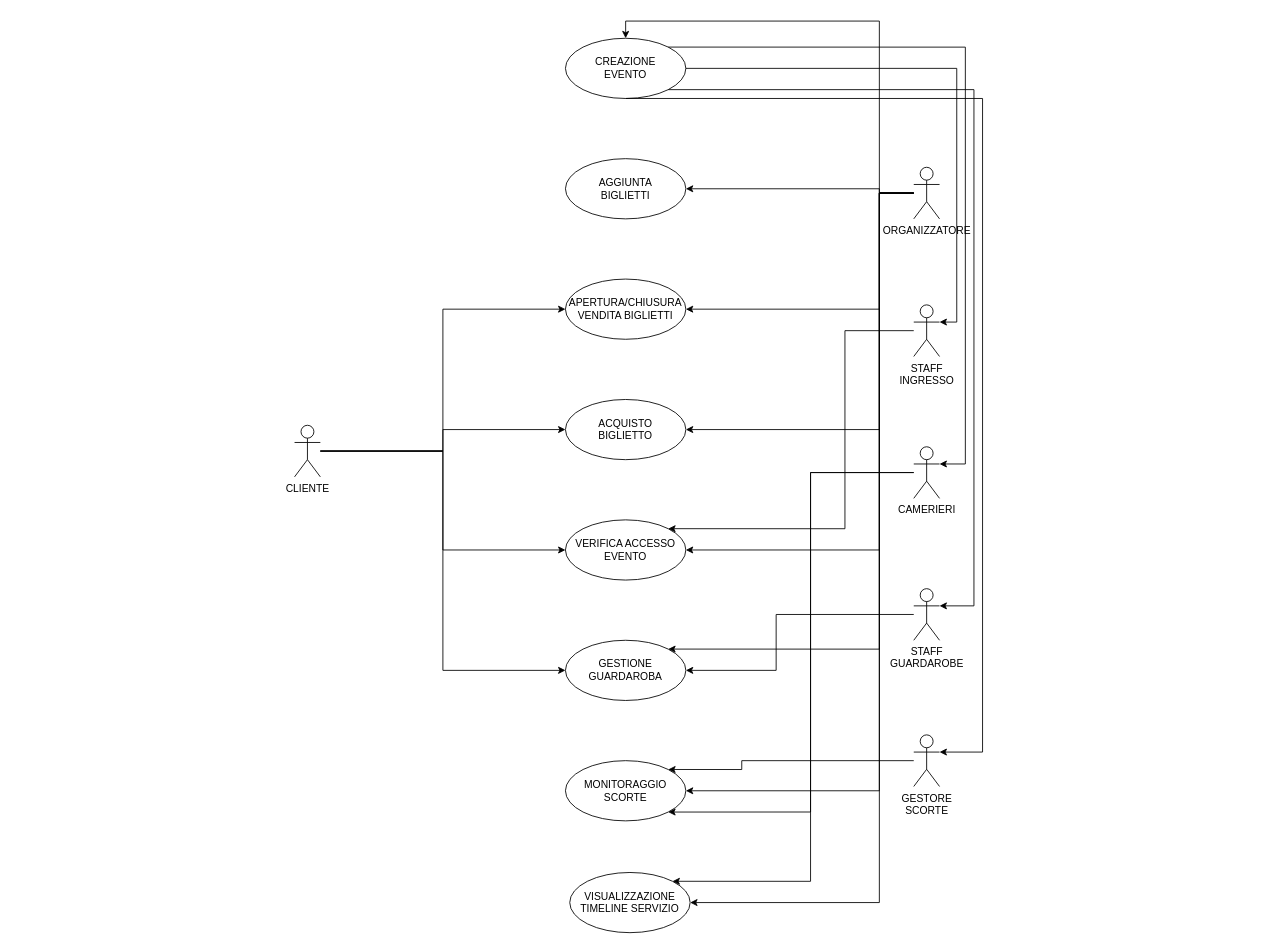
Before: Documentazione/UML - Diagramma UseCase.drawio in IngSW-unipv/Progetto-H25, a draw.io diagram. Source tidied: cells renumbered, new cells numbered last; positions are measured from the earlier drawing's top-left corner, leaving out a move shared by most shapes. Both pictures are drawn from the tidied source at 86%, with x=0, y=0 at pixel (294, 21).
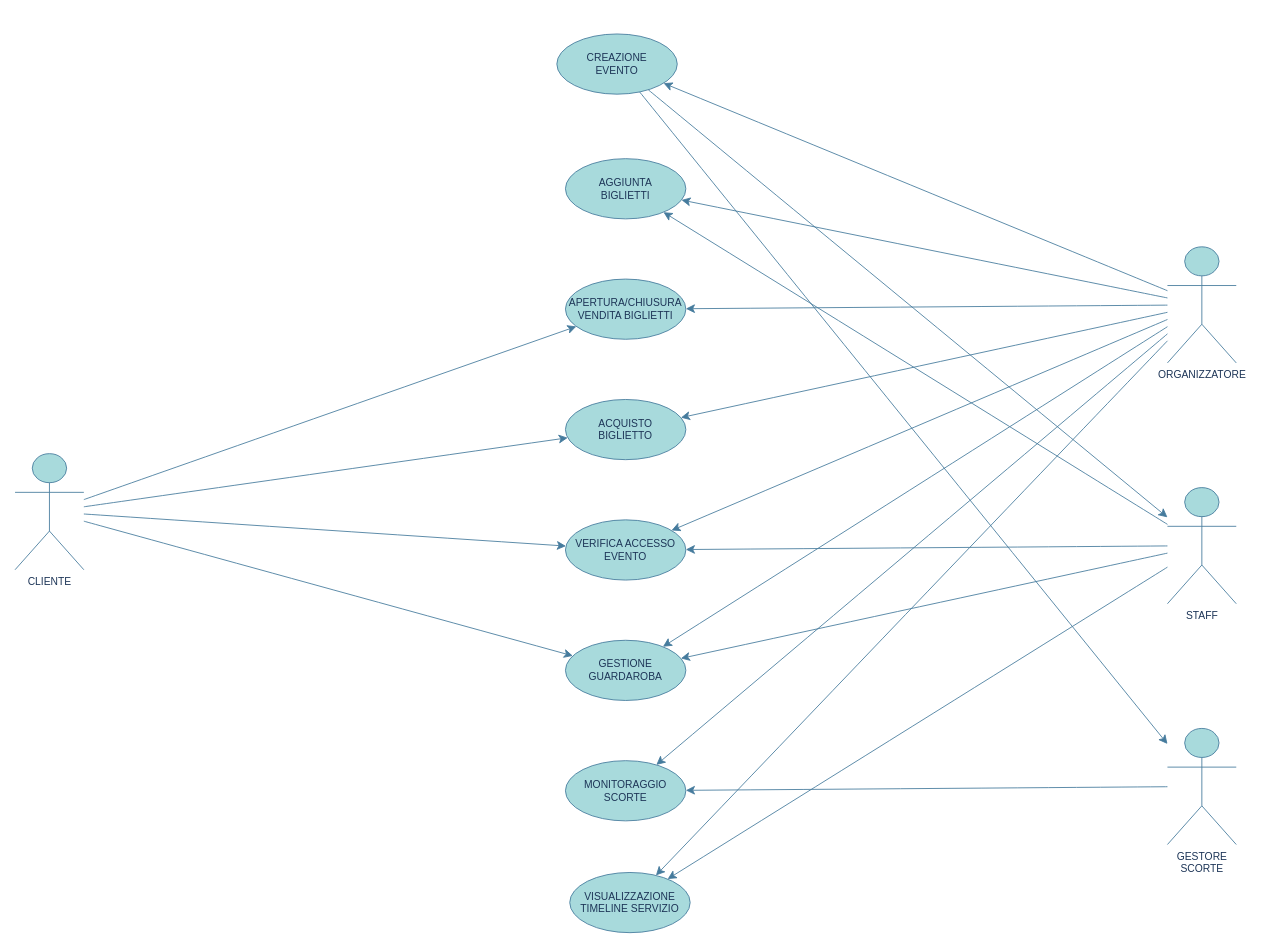
The same page after the edit.

Commit message:
Update Diagramma casi d'uso

The edit, as a diff of the source:
```diff
@@
-    <mxCell id="0" />
-    <mxCell id="1" parent="0" />
+    <mxCell id="37" />
+    <mxCell id="38" parent="37" />
-    <mxCell id="2" value="CREAZIONE&lt;div&gt;EVENTO&lt;/div&gt;" style="ellipse;whiteSpace=wrap;html=1;" parent="1" vertex="1">
-      <mxGeometry x="315" y="20" width="140" height="70" as="geometry" />
+    <mxCell id="2" value="CREAZIONE&lt;div&gt;EVENTO&lt;/div&gt;" style="ellipse;whiteSpace=wrap;html=1;labelBackgroundColor=none;fillColor=#A8DADC;strokeColor=#457B9D;fontColor=#1D3557;" parent="38" vertex="1">
+      <mxGeometry x="305" y="15" width="140" height="70" as="geometry" />
     </mxCell>
-    <mxCell id="3" value="AGGIUNTA&lt;div&gt;BIGLIETTI&lt;/div&gt;" style="ellipse;whiteSpace=wrap;html=1;" parent="1" vertex="1">
+    <mxCell id="3" value="AGGIUNTA&lt;div&gt;BIGLIETTI&lt;/div&gt;" style="ellipse;whiteSpace=wrap;html=1;labelBackgroundColor=none;fillColor=#A8DADC;strokeColor=#457B9D;fontColor=#1D3557;" parent="38" vertex="1">
       <mxGeometry x="315" y="160" width="140" height="70" as="geometry" />
     </mxCell>
-    <mxCell id="4" value="APERTURA/CHIUSURA&lt;div&gt;VENDITA BIGLIETTI&lt;/div&gt;" style="ellipse;whiteSpace=wrap;html=1;" parent="1" vertex="1">
+    <mxCell id="4" value="APERTURA/CHIUSURA&lt;div&gt;VENDITA BIGLIETTI&lt;/div&gt;" style="ellipse;whiteSpace=wrap;html=1;labelBackgroundColor=none;fillColor=#A8DADC;strokeColor=#457B9D;fontColor=#1D3557;" parent="38" vertex="1">
       <mxGeometry x="315" y="300" width="140" height="70" as="geometry" />
     </mxCell>
-    <mxCell id="5" value="ACQUISTO&lt;div&gt;BIGLIETTO&lt;/div&gt;" style="ellipse;whiteSpace=wrap;html=1;" parent="1" vertex="1">
+    <mxCell id="5" value="ACQUISTO&lt;div&gt;BIGLIETTO&lt;/div&gt;" style="ellipse;whiteSpace=wrap;html=1;labelBackgroundColor=none;fillColor=#A8DADC;strokeColor=#457B9D;fontColor=#1D3557;" parent="38" vertex="1">
       <mxGeometry x="315" y="440" width="140" height="70" as="geometry" />
     </mxCell>
-    <mxCell id="6" value="VERIFICA ACCESSO&lt;div&gt;EVENTO&lt;/div&gt;" style="ellipse;whiteSpace=wrap;html=1;" parent="1" vertex="1">
+    <mxCell id="6" value="VERIFICA ACCESSO&lt;div&gt;EVENTO&lt;/div&gt;" style="ellipse;whiteSpace=wrap;html=1;labelBackgroundColor=none;fillColor=#A8DADC;strokeColor=#457B9D;fontColor=#1D3557;" parent="38" vertex="1">
       <mxGeometry x="315" y="580" width="140" height="70" as="geometry" />
     </mxCell>
-    <mxCell id="7" value="GESTIONE&lt;div&gt;GUARDAROBA&lt;/div&gt;" style="ellipse;whiteSpace=wrap;html=1;" parent="1" vertex="1">
+    <mxCell id="7" value="GESTIONE&lt;div&gt;GUARDAROBA&lt;/div&gt;" style="ellipse;whiteSpace=wrap;html=1;labelBackgroundColor=none;fillColor=#A8DADC;strokeColor=#457B9D;fontColor=#1D3557;" parent="38" vertex="1">
       <mxGeometry x="315" y="720" width="140" height="70" as="geometry" />
     </mxCell>
-    <mxCell id="8" value="MONITORAGGIO&lt;div&gt;SCORTE&lt;/div&gt;" style="ellipse;whiteSpace=wrap;html=1;" parent="1" vertex="1">
+    <mxCell id="8" value="MONITORAGGIO&lt;div&gt;SCORTE&lt;/div&gt;" style="ellipse;whiteSpace=wrap;html=1;labelBackgroundColor=none;fillColor=#A8DADC;strokeColor=#457B9D;fontColor=#1D3557;" parent="38" vertex="1">
       <mxGeometry x="315" y="860" width="140" height="70" as="geometry" />
     </mxCell>
-    <mxCell id="9" value="VISUALIZZAZIONE&lt;div&gt;TIMELINE SERVIZIO&lt;/div&gt;" style="ellipse;whiteSpace=wrap;html=1;" parent="1" vertex="1">
+    <mxCell id="9" value="VISUALIZZAZIONE&lt;div&gt;TIMELINE SERVIZIO&lt;/div&gt;" style="ellipse;whiteSpace=wrap;html=1;labelBackgroundColor=none;fillColor=#A8DADC;strokeColor=#457B9D;fontColor=#1D3557;" parent="38" vertex="1">
       <mxGeometry x="320" y="990" width="140" height="70" as="geometry" />
     </mxCell>
+    <mxCell id="12" style="edgeStyle=none;curved=1;rounded=0;jettySize=auto;html=1;fontSize=12;startSize=8;endSize=8;labelBackgroundColor=none;strokeColor=#457B9D;fontColor=default;" parent="38" edge="1" source="14" target="6">
+      <mxGeometry relative="1" as="geometry" />
+    </mxCell>
+    <mxCell id="14" value="CLIENTE" style="shape=umlActor;verticalLabelPosition=bottom;verticalAlign=top;html=1;labelBackgroundColor=none;fillColor=#A8DADC;strokeColor=#457B9D;fontColor=#1D3557;" parent="38" vertex="1">
+      <mxGeometry x="-325" y="503" width="80" height="135" as="geometry" />
+    </mxCell>
+    <mxCell id="16" value="GESTORE&lt;div&gt;&lt;span style=&quot;background-color: initial;&quot;&gt;SCORTE&lt;/span&gt;&lt;/div&gt;" style="shape=umlActor;verticalLabelPosition=bottom;verticalAlign=top;html=1;labelBackgroundColor=none;fillColor=#A8DADC;strokeColor=#457B9D;fontColor=#1D3557;" parent="38" vertex="1">
+      <mxGeometry x="1015" y="822.5" width="80" height="135" as="geometry" />
+    </mxCell>
+    <mxCell id="39" value="&lt;div&gt;STAFF&lt;/div&gt;&lt;div&gt;&lt;br&gt;&lt;/div&gt;" style="shape=umlActor;verticalLabelPosition=bottom;verticalAlign=top;html=1;labelBackgroundColor=none;fillColor=#A8DADC;strokeColor=#457B9D;fontColor=#1D3557;" parent="38" vertex="1">
+      <mxGeometry x="1015" y="542.5" width="80" height="135" as="geometry" />
+    </mxCell>
+    <mxCell id="30" value="ORGANIZZATORE" style="shape=umlActor;verticalLabelPosition=bottom;verticalAlign=top;html=1;labelBackgroundColor=none;fillColor=#A8DADC;strokeColor=#457B9D;fontColor=#1D3557;" parent="38" vertex="1">
+      <mxGeometry x="1015" y="262.5" width="80" height="135" as="geometry" />
+    </mxCell>
+    <mxCell id="13" style="edgeStyle=none;curved=1;rounded=0;jettySize=auto;html=1;fontSize=12;startSize=8;endSize=8;labelBackgroundColor=none;strokeColor=#457B9D;fontColor=default;" parent="38" edge="1" source="14" target="7">
+      <mxGeometry relative="1" as="geometry" />
+    </mxCell>
+    <mxCell id="11" style="edgeStyle=none;curved=1;rounded=0;jettySize=auto;html=1;fontSize=12;startSize=8;endSize=8;labelBackgroundColor=none;strokeColor=#457B9D;fontColor=default;" parent="38" edge="1" source="14" target="5">
+      <mxGeometry relative="1" as="geometry" />
+    </mxCell>
-    <mxCell id="10" style="edgeStyle=orthogonalEdgeStyle;rounded=0;jettySize=auto;html=1;entryX=0;entryY=0.5;entryDx=0;entryDy=0;" parent="1" edge="1" source="14" target="4">
+    <mxCell id="10" style="edgeStyle=none;curved=1;rounded=0;jettySize=auto;html=1;fontSize=12;startSize=8;endSize=8;labelBackgroundColor=none;strokeColor=#457B9D;fontColor=default;" parent="38" edge="1" source="14" target="4">
       <mxGeometry relative="1" as="geometry" />
     </mxCell>
-    <mxCell id="11" style="edgeStyle=orthogonalEdgeStyle;rounded=0;jettySize=auto;html=1;" parent="1" edge="1" source="14" target="5">
-      <mxGeometry relative="1" as="geometry" />
-    </mxCell>
-    <mxCell id="12" style="edgeStyle=orthogonalEdgeStyle;rounded=0;jettySize=auto;html=1;entryX=0;entryY=0.5;entryDx=0;entryDy=0;" parent="1" edge="1" source="14" target="6">
-      <mxGeometry relative="1" as="geometry" />
-    </mxCell>
-    <mxCell id="13" style="edgeStyle=orthogonalEdgeStyle;rounded=0;jettySize=auto;html=1;entryX=0;entryY=0.5;entryDx=0;entryDy=0;" parent="1" edge="1" source="14" target="7">
-      <mxGeometry relative="1" as="geometry" />
-    </mxCell>
-    <mxCell id="14" value="CLIENTE" style="shape=umlActor;verticalLabelPosition=bottom;verticalAlign=top;html=1;" parent="1" vertex="1">
-      <mxGeometry y="470" width="30" height="60" as="geometry" />
-    </mxCell>
-    <mxCell id="15" style="edgeStyle=orthogonalEdgeStyle;rounded=0;jettySize=auto;html=1;entryX=1;entryY=0;entryDx=0;entryDy=0;" parent="1" edge="1" source="16" target="8">
-      <mxGeometry relative="1" as="geometry">
-        <Array as="points">
-          <mxPoint x="520" y="860" />
-          <mxPoint x="520" y="870" />
-        </Array>
-      </mxGeometry>
-    </mxCell>
-    <mxCell id="16" value="GESTORE&lt;div&gt;&lt;span style=&quot;background-color: initial;&quot;&gt;SCORTE&lt;/span&gt;&lt;/div&gt;" style="shape=umlActor;verticalLabelPosition=bottom;verticalAlign=top;html=1;" parent="1" vertex="1">
-      <mxGeometry x="720" y="830" width="30" height="60" as="geometry" />
-    </mxCell>
-    <mxCell id="17" style="edgeStyle=orthogonalEdgeStyle;rounded=0;jettySize=auto;html=1;entryX=1;entryY=1;entryDx=0;entryDy=0;" parent="1" edge="1" source="19" target="8">
-      <mxGeometry relative="1" as="geometry">
-        <Array as="points">
-          <mxPoint x="600" y="525" />
-          <mxPoint x="600" y="920" />
-        </Array>
-      </mxGeometry>
-    </mxCell>
-    <mxCell id="18" style="edgeStyle=orthogonalEdgeStyle;rounded=0;jettySize=auto;html=1;entryX=1;entryY=0;entryDx=0;entryDy=0;" parent="1" edge="1" source="19" target="9">
-      <mxGeometry relative="1" as="geometry">
-        <Array as="points">
-          <mxPoint x="600" y="525" />
-          <mxPoint x="600" y="1000" />
-        </Array>
-      </mxGeometry>
-    </mxCell>
-    <mxCell id="19" value="&lt;div&gt;CAMERIERI&lt;/div&gt;&lt;div&gt;&lt;br&gt;&lt;/div&gt;" style="shape=umlActor;verticalLabelPosition=bottom;verticalAlign=top;html=1;" parent="1" vertex="1">
-      <mxGeometry x="720" y="495" width="30" height="60" as="geometry" />
-    </mxCell>
-    <mxCell id="20" style="edgeStyle=orthogonalEdgeStyle;rounded=0;jettySize=auto;html=1;entryX=1;entryY=0;entryDx=0;entryDy=0;" parent="1" edge="1" source="21" target="6">
-      <mxGeometry relative="1" as="geometry">
-        <Array as="points">
-          <mxPoint x="640" y="360" />
-          <mxPoint x="640" y="590" />
-        </Array>
-      </mxGeometry>
-    </mxCell>
-    <mxCell id="21" value="STAFF&lt;div&gt;INGRESSO&lt;/div&gt;" style="shape=umlActor;verticalLabelPosition=bottom;verticalAlign=top;html=1;" parent="1" vertex="1">
-      <mxGeometry x="720" y="330" width="30" height="60" as="geometry" />
-    </mxCell>
-    <mxCell id="22" style="edgeStyle=orthogonalEdgeStyle;rounded=0;jettySize=auto;html=1;entryX=0.5;entryY=0;entryDx=0;entryDy=0;" parent="1" edge="1" source="30" target="2">
-      <mxGeometry relative="1" as="geometry">
-        <Array as="points">
-          <mxPoint x="680" y="200" />
-          <mxPoint x="680" />
-          <mxPoint x="385" />
-        </Array>
-      </mxGeometry>
+    <mxCell id="22" style="edgeStyle=none;curved=1;rounded=0;jettySize=auto;html=1;fontSize=12;startSize=8;endSize=8;labelBackgroundColor=none;strokeColor=#457B9D;fontColor=default;" parent="38" edge="1" source="30" target="2">
+      <mxGeometry relative="1" as="geometry" />
     </mxCell>
-    <mxCell id="23" style="edgeStyle=orthogonalEdgeStyle;rounded=0;jettySize=auto;html=1;" parent="1" edge="1" source="30" target="3">
-      <mxGeometry relative="1" as="geometry">
-        <Array as="points">
-          <mxPoint x="680" y="200" />
-          <mxPoint x="680" y="195" />
-        </Array>
-      </mxGeometry>
+    <mxCell id="23" style="edgeStyle=none;curved=1;rounded=0;jettySize=auto;html=1;fontSize=12;startSize=8;endSize=8;labelBackgroundColor=none;strokeColor=#457B9D;fontColor=default;" parent="38" edge="1" source="30" target="3">
+      <mxGeometry relative="1" as="geometry" />
     </mxCell>
-    <mxCell id="24" style="edgeStyle=orthogonalEdgeStyle;rounded=0;jettySize=auto;html=1;entryX=1;entryY=0.5;entryDx=0;entryDy=0;" parent="1" edge="1" source="30" target="4">
-      <mxGeometry relative="1" as="geometry">
-        <Array as="points">
-          <mxPoint x="680" y="200" />
-          <mxPoint x="680" y="335" />
-        </Array>
-      </mxGeometry>
+    <mxCell id="24" style="edgeStyle=none;curved=1;rounded=0;jettySize=auto;html=1;fontSize=12;startSize=8;endSize=8;labelBackgroundColor=none;strokeColor=#457B9D;fontColor=default;" parent="38" edge="1" source="30" target="4">
+      <mxGeometry relative="1" as="geometry" />
     </mxCell>
-    <mxCell id="25" style="edgeStyle=orthogonalEdgeStyle;rounded=0;jettySize=auto;html=1;entryX=1;entryY=0.5;entryDx=0;entryDy=0;" parent="1" edge="1" source="30" target="5">
-      <mxGeometry relative="1" as="geometry">
-        <Array as="points">
-          <mxPoint x="680" y="200" />
-          <mxPoint x="680" y="475" />
-        </Array>
-      </mxGeometry>
+    <mxCell id="25" style="edgeStyle=none;curved=1;rounded=0;jettySize=auto;html=1;fontSize=12;startSize=8;endSize=8;labelBackgroundColor=none;strokeColor=#457B9D;fontColor=default;" parent="38" edge="1" source="30" target="5">
+      <mxGeometry relative="1" as="geometry" />
     </mxCell>
-    <mxCell id="26" style="edgeStyle=orthogonalEdgeStyle;rounded=0;jettySize=auto;html=1;entryX=1;entryY=0.5;entryDx=0;entryDy=0;" parent="1" edge="1" source="30" target="6">
-      <mxGeometry relative="1" as="geometry">
-        <Array as="points">
-          <mxPoint x="680" y="200" />
-          <mxPoint x="680" y="615" />
-        </Array>
-      </mxGeometry>
+    <mxCell id="26" style="edgeStyle=none;curved=1;rounded=0;jettySize=auto;html=1;fontSize=12;startSize=8;endSize=8;labelBackgroundColor=none;strokeColor=#457B9D;fontColor=default;" parent="38" edge="1" source="30" target="6">
+      <mxGeometry relative="1" as="geometry" />
     </mxCell>
-    <mxCell id="27" style="edgeStyle=orthogonalEdgeStyle;rounded=0;jettySize=auto;html=1;entryX=1;entryY=0;entryDx=0;entryDy=0;" parent="1" edge="1" source="30" target="7">
-      <mxGeometry relative="1" as="geometry">
-        <Array as="points">
-          <mxPoint x="680" y="200" />
-          <mxPoint x="680" y="730" />
-        </Array>
-      </mxGeometry>
+    <mxCell id="27" style="edgeStyle=none;curved=1;rounded=0;jettySize=auto;html=1;fontSize=12;startSize=8;endSize=8;labelBackgroundColor=none;strokeColor=#457B9D;fontColor=default;" parent="38" edge="1" source="30" target="7">
+      <mxGeometry relative="1" as="geometry" />
     </mxCell>
-    <mxCell id="28" style="edgeStyle=orthogonalEdgeStyle;rounded=0;jettySize=auto;html=1;entryX=1;entryY=0.5;entryDx=0;entryDy=0;" parent="1" edge="1" source="30" target="8">
-      <mxGeometry relative="1" as="geometry">
-        <Array as="points">
-          <mxPoint x="680" y="200" />
-          <mxPoint x="680" y="895" />
-        </Array>
-      </mxGeometry>
+    <mxCell id="28" style="edgeStyle=none;curved=1;rounded=0;jettySize=auto;html=1;fontSize=12;startSize=8;endSize=8;labelBackgroundColor=none;strokeColor=#457B9D;fontColor=default;" parent="38" edge="1" source="30" target="8">
+      <mxGeometry relative="1" as="geometry" />
     </mxCell>
-    <mxCell id="29" style="edgeStyle=orthogonalEdgeStyle;rounded=0;jettySize=auto;html=1;entryX=1;entryY=0.5;entryDx=0;entryDy=0;" parent="1" edge="1" source="30" target="9">
-      <mxGeometry relative="1" as="geometry">
-        <Array as="points">
-          <mxPoint x="680" y="200" />
-          <mxPoint x="680" y="1025" />
-        </Array>
-      </mxGeometry>
+    <mxCell id="29" style="edgeStyle=none;curved=1;rounded=0;jettySize=auto;html=1;fontSize=12;startSize=8;endSize=8;labelBackgroundColor=none;strokeColor=#457B9D;fontColor=default;" parent="38" edge="1" source="30" target="9">
+      <mxGeometry relative="1" as="geometry" />
     </mxCell>
-    <mxCell id="30" value="ORGANIZZATORE" style="shape=umlActor;verticalLabelPosition=bottom;verticalAlign=top;html=1;" parent="1" vertex="1">
-      <mxGeometry x="720" y="170" width="30" height="60" as="geometry" />
-    </mxCell>
-    <mxCell id="31" style="edgeStyle=orthogonalEdgeStyle;rounded=0;jettySize=auto;html=1;entryX=1;entryY=0.5;entryDx=0;entryDy=0;" parent="1" edge="1" source="32" target="7">
-      <mxGeometry relative="1" as="geometry">
-        <Array as="points">
-          <mxPoint x="560" y="690" />
-          <mxPoint x="560" y="755" />
-        </Array>
-      </mxGeometry>
-    </mxCell>
-    <mxCell id="32" value="STAFF&lt;div&gt;GUARDAROBE&lt;/div&gt;&lt;div&gt;&lt;br&gt;&lt;/div&gt;" style="shape=umlActor;verticalLabelPosition=bottom;verticalAlign=top;html=1;" parent="1" vertex="1">
-      <mxGeometry x="720" y="660" width="30" height="60" as="geometry" />
-    </mxCell>
-    <mxCell id="33" style="edgeStyle=orthogonalEdgeStyle;rounded=0;jettySize=auto;html=1;entryX=1;entryY=0.3333333333333333;entryDx=0;entryDy=0;entryPerimeter=0;" parent="1" edge="1" source="2" target="21">
-      <mxGeometry relative="1" as="geometry">
-        <Array as="points">
-          <mxPoint x="770" y="55" />
-          <mxPoint x="770" y="350" />
-        </Array>
-      </mxGeometry>
-    </mxCell>
-    <mxCell id="34" style="edgeStyle=orthogonalEdgeStyle;rounded=0;jettySize=auto;html=1;exitX=1;exitY=0;exitDx=0;exitDy=0;entryX=1;entryY=0.3333333333333333;entryDx=0;entryDy=0;entryPerimeter=0;" parent="1" edge="1" source="2" target="19">
-      <mxGeometry relative="1" as="geometry">
-        <Array as="points">
-          <mxPoint x="780" y="30" />
-          <mxPoint x="780" y="515" />
-        </Array>
-      </mxGeometry>
-    </mxCell>
-    <mxCell id="35" style="edgeStyle=orthogonalEdgeStyle;rounded=0;jettySize=auto;html=1;exitX=1;exitY=1;exitDx=0;exitDy=0;entryX=1;entryY=0.3333333333333333;entryDx=0;entryDy=0;entryPerimeter=0;" parent="1" edge="1" source="2" target="32">
-      <mxGeometry relative="1" as="geometry">
-        <Array as="points">
-          <mxPoint x="790" y="80" />
-          <mxPoint x="790" y="680" />
-        </Array>
-      </mxGeometry>
-    </mxCell>
+    <mxCell id="40" style="edgeStyle=none;curved=1;rounded=0;jettySize=auto;html=1;fontSize=12;startSize=8;endSize=8;labelBackgroundColor=none;strokeColor=#457B9D;fontColor=default;" parent="38" edge="1" source="39" target="6">
+      <mxGeometry relative="1" as="geometry" />
+    </mxCell>
+    <mxCell id="41" style="edgeStyle=none;curved=1;rounded=0;jettySize=auto;html=1;fontSize=12;startSize=8;endSize=8;labelBackgroundColor=none;strokeColor=#457B9D;fontColor=default;" parent="38" edge="1" source="39" target="7">
+      <mxGeometry relative="1" as="geometry" />
+    </mxCell>
+    <mxCell id="15" style="edgeStyle=none;curved=1;rounded=0;jettySize=auto;html=1;fontSize=12;startSize=8;endSize=8;labelBackgroundColor=none;strokeColor=#457B9D;fontColor=default;" parent="38" edge="1" source="16" target="8">
+      <mxGeometry relative="1" as="geometry" />
+    </mxCell>
+    <mxCell id="42" style="edgeStyle=none;curved=1;rounded=0;jettySize=auto;html=1;fontSize=12;startSize=8;endSize=8;labelBackgroundColor=none;strokeColor=#457B9D;fontColor=default;" parent="38" edge="1" source="39" target="9">
+      <mxGeometry relative="1" as="geometry" />
+    </mxCell>
+    <mxCell id="43" style="edgeStyle=none;curved=1;rounded=0;jettySize=auto;html=1;fontSize=12;startSize=8;endSize=8;labelBackgroundColor=none;strokeColor=#457B9D;fontColor=default;" parent="38" edge="1" source="2" target="39">
+      <mxGeometry relative="1" as="geometry" />
+    </mxCell>
-    <mxCell id="36" style="edgeStyle=orthogonalEdgeStyle;rounded=0;jettySize=auto;html=1;entryX=1;entryY=0.3333333333333333;entryDx=0;entryDy=0;entryPerimeter=0;exitX=0.5;exitY=1;exitDx=0;exitDy=0;" parent="1" edge="1" source="2" target="16">
-      <mxGeometry relative="1" as="geometry">
-        <Array as="points">
-          <mxPoint x="800" y="90" />
-          <mxPoint x="800" y="850" />
-        </Array>
-      </mxGeometry>
+    <mxCell id="36" style="edgeStyle=none;curved=1;rounded=0;jettySize=auto;html=1;fontSize=12;startSize=8;endSize=8;labelBackgroundColor=none;strokeColor=#457B9D;fontColor=default;" parent="38" edge="1" source="2" target="16">
+      <mxGeometry relative="1" as="geometry" />
     </mxCell>
+    <mxCell id="44" style="edgeStyle=none;curved=1;rounded=0;jettySize=auto;html=1;fontSize=12;startSize=8;endSize=8;labelBackgroundColor=none;strokeColor=#457B9D;fontColor=default;" parent="38" edge="1" source="39" target="3">
+      <mxGeometry relative="1" as="geometry" />
+    </mxCell>
```
